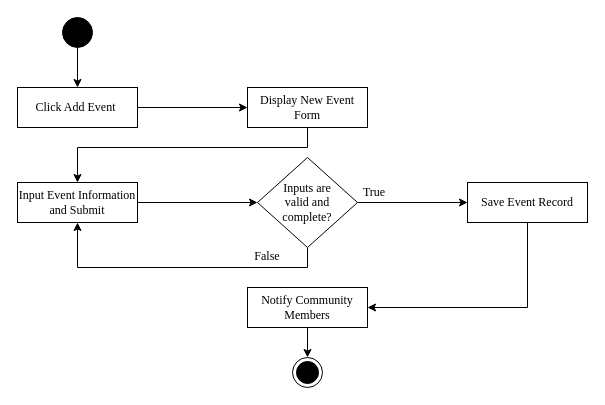
The draw.io diagram page "EventCreation" (8 of 12) of ConnexUs_Chap3.drawio in gvillanueva01/ConnexUs_diagrams, before the edit. Source tidied: cells renumbered, new cells numbered last; positions are measured from the earlier drawing's top-left corner, leaving out a move shared by most shapes. Both pictures are drawn from the tidied source at 100%, with x=0, y=0 at pixel (17, 17).
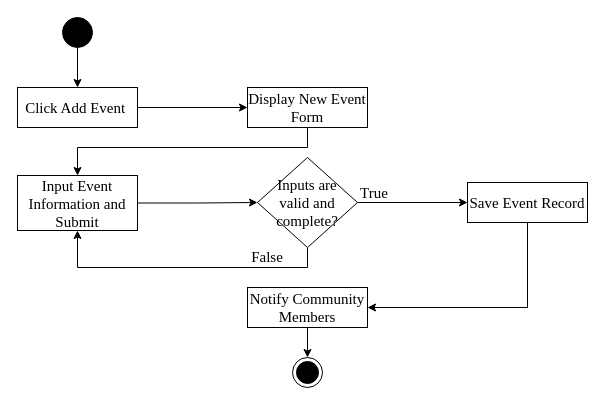
Above is the later version.

Diff of the diagram source:
```diff
@@
-    <mxCell id="2" style="edgeStyle=orthogonalEdgeStyle;rounded=0;jettySize=auto;html=1;entryX=0.5;entryY=0;entryDx=0;entryDy=0;" parent="1" edge="1" source="3" target="5">
+    <mxCell id="2" style="edgeStyle=orthogonalEdgeStyle;rounded=0;jettySize=auto;html=1;entryX=0.5;entryY=0;entryDx=0;entryDy=0;fontSize=15;" parent="1" edge="1" source="3" target="5">
       <mxGeometry relative="1" as="geometry" />
     </mxCell>
-    <mxCell id="3" style="ellipse;fillColor=strokeColor;html=1;" parent="1" vertex="1">
+    <mxCell id="3" style="ellipse;fillColor=strokeColor;html=1;fontSize=15;" parent="1" vertex="1">
       <mxGeometry x="45" width="30" height="30" as="geometry" />
     </mxCell>
-    <mxCell id="4" style="edgeStyle=orthogonalEdgeStyle;rounded=0;jettySize=auto;html=1;" parent="1" edge="1" source="5" target="12">
+    <mxCell id="4" style="edgeStyle=orthogonalEdgeStyle;rounded=0;jettySize=auto;html=1;fontSize=15;" parent="1" edge="1" source="5" target="12">
       <mxGeometry relative="1" as="geometry" />
     </mxCell>
-    <mxCell id="5" value="Click Add Event&amp;nbsp;" style="rounded=0;whiteSpace=wrap;html=1;fontFamily=Times New Roman;" parent="1" vertex="1">
+    <mxCell id="5" value="Click Add Event&amp;nbsp;" style="rounded=0;whiteSpace=wrap;html=1;fontFamily=Times New Roman;fontSize=15;" parent="1" vertex="1">
       <mxGeometry y="70" width="120" height="40" as="geometry" />
     </mxCell>
-    <mxCell id="6" style="edgeStyle=orthogonalEdgeStyle;rounded=0;jettySize=auto;html=1;entryX=0.5;entryY=1;entryDx=0;entryDy=0;" parent="1" edge="1" source="8" target="14">
+    <mxCell id="6" style="edgeStyle=orthogonalEdgeStyle;rounded=0;jettySize=auto;html=1;entryX=0.5;entryY=1;entryDx=0;entryDy=0;fontSize=15;" parent="1" edge="1" source="8" target="14">
       <mxGeometry relative="1" as="geometry">
         <Array as="points">
           <mxPoint x="290" y="250" />
           <mxPoint x="60" y="250" />
         </Array>
       </mxGeometry>
     </mxCell>
-    <mxCell id="7" style="edgeStyle=orthogonalEdgeStyle;rounded=0;jettySize=auto;html=1;entryX=0;entryY=0.5;entryDx=0;entryDy=0;" parent="1" edge="1" source="8" target="16">
+    <mxCell id="7" style="edgeStyle=orthogonalEdgeStyle;rounded=0;jettySize=auto;html=1;entryX=0;entryY=0.5;entryDx=0;entryDy=0;fontSize=15;" parent="1" edge="1" source="8" target="16">
       <mxGeometry relative="1" as="geometry" />
     </mxCell>
-    <mxCell id="8" value="&lt;font face=&quot;Times New Roman&quot;&gt;Inputs are&lt;br&gt;valid&amp;nbsp;and&lt;br&gt;complete?&lt;/font&gt;" style="shape=rhombus;html=1;dashed=0;whiteSpace=wrap;perimeter=rhombusPerimeter;" parent="1" vertex="1">
+    <mxCell id="8" value="&lt;font face=&quot;Times New Roman&quot; style=&quot;font-size: 15px;&quot;&gt;Inputs are&lt;br style=&quot;font-size: 15px;&quot;&gt;valid&amp;nbsp;and&lt;br style=&quot;font-size: 15px;&quot;&gt;complete?&lt;/font&gt;" style="shape=rhombus;html=1;dashed=0;whiteSpace=wrap;perimeter=rhombusPerimeter;fontSize=15;" parent="1" vertex="1">
       <mxGeometry x="240" y="140" width="100" height="90" as="geometry" />
     </mxCell>
-    <mxCell id="9" style="ellipse;html=1;shape=endState;fillColor=strokeColor;" parent="1" vertex="1">
+    <mxCell id="9" style="ellipse;html=1;shape=endState;fillColor=strokeColor;fontSize=15;" parent="1" vertex="1">
       <mxGeometry x="275" y="340" width="30" height="30" as="geometry" />
     </mxCell>
-    <mxCell id="10" value="True" style="text;html=1;strokeColor=none;fillColor=none;align=center;verticalAlign=middle;whiteSpace=wrap;rounded=0;fontFamily=Times New Roman;" parent="1" vertex="1">
+    <mxCell id="10" value="True" style="text;html=1;strokeColor=none;fillColor=none;align=center;verticalAlign=middle;whiteSpace=wrap;rounded=0;fontFamily=Times New Roman;fontSize=15;" parent="1" vertex="1">
       <mxGeometry x="327" y="160" width="60" height="30" as="geometry" />
     </mxCell>
-    <mxCell id="11" style="edgeStyle=orthogonalEdgeStyle;rounded=0;jettySize=auto;html=1;exitX=0.5;exitY=1;exitDx=0;exitDy=0;entryX=0.5;entryY=0;entryDx=0;entryDy=0;" parent="1" edge="1" source="12" target="14">
+    <mxCell id="11" style="edgeStyle=orthogonalEdgeStyle;rounded=0;jettySize=auto;html=1;exitX=0.5;exitY=1;exitDx=0;exitDy=0;entryX=0.5;entryY=0;entryDx=0;entryDy=0;fontSize=15;" parent="1" edge="1" source="12" target="14">
       <mxGeometry relative="1" as="geometry">
         <Array as="points">
           <mxPoint x="290" y="130" />
           <mxPoint x="60" y="130" />
         </Array>
       </mxGeometry>
     </mxCell>
-    <mxCell id="12" value="Display New Event Form" style="rounded=0;whiteSpace=wrap;html=1;fontFamily=Times New Roman;" parent="1" vertex="1">
+    <mxCell id="12" value="Display New Event Form" style="rounded=0;whiteSpace=wrap;html=1;fontFamily=Times New Roman;fontSize=15;" parent="1" vertex="1">
       <mxGeometry x="230" y="70" width="120" height="40" as="geometry" />
     </mxCell>
-    <mxCell id="13" style="edgeStyle=orthogonalEdgeStyle;rounded=0;jettySize=auto;html=1;entryX=0;entryY=0.5;entryDx=0;entryDy=0;" parent="1" edge="1" source="14" target="8">
+    <mxCell id="13" style="edgeStyle=orthogonalEdgeStyle;rounded=0;jettySize=auto;html=1;entryX=0;entryY=0.5;entryDx=0;entryDy=0;fontSize=15;" parent="1" edge="1" source="14" target="8">
       <mxGeometry relative="1" as="geometry" />
     </mxCell>
-    <mxCell id="14" value="Input Event Information and Submit" style="rounded=0;whiteSpace=wrap;html=1;fontFamily=Times New Roman;" parent="1" vertex="1">
-      <mxGeometry y="165" width="120" height="40" as="geometry" />
+    <mxCell id="14" value="Input Event Information and Submit" style="rounded=0;whiteSpace=wrap;html=1;fontFamily=Times New Roman;fontSize=15;" parent="1" vertex="1">
+      <mxGeometry y="158" width="120" height="55" as="geometry" />
     </mxCell>
-    <mxCell id="15" style="edgeStyle=orthogonalEdgeStyle;rounded=0;jettySize=auto;html=1;entryX=1;entryY=0.5;entryDx=0;entryDy=0;" parent="1" edge="1" source="16" target="18">
+    <mxCell id="15" style="edgeStyle=orthogonalEdgeStyle;rounded=0;jettySize=auto;html=1;entryX=1;entryY=0.5;entryDx=0;entryDy=0;fontSize=15;" parent="1" edge="1" source="16" target="18">
       <mxGeometry relative="1" as="geometry">
         <Array as="points">
           <mxPoint x="510" y="290" />
         </Array>
       </mxGeometry>
     </mxCell>
-    <mxCell id="16" value="Save Event Record" style="rounded=0;whiteSpace=wrap;html=1;fontFamily=Times New Roman;" parent="1" vertex="1">
+    <mxCell id="16" value="Save Event Record" style="rounded=0;whiteSpace=wrap;html=1;fontFamily=Times New Roman;fontSize=15;" parent="1" vertex="1">
       <mxGeometry x="450" y="165" width="120" height="40" as="geometry" />
     </mxCell>
-    <mxCell id="17" style="edgeStyle=orthogonalEdgeStyle;rounded=0;jettySize=auto;html=1;entryX=0.5;entryY=0;entryDx=0;entryDy=0;" parent="1" edge="1" source="18" target="9">
+    <mxCell id="17" style="edgeStyle=orthogonalEdgeStyle;rounded=0;jettySize=auto;html=1;entryX=0.5;entryY=0;entryDx=0;entryDy=0;fontSize=15;" parent="1" edge="1" source="18" target="9">
       <mxGeometry relative="1" as="geometry" />
     </mxCell>
-    <mxCell id="18" value="Notify Community Members" style="rounded=0;whiteSpace=wrap;html=1;fontFamily=Times New Roman;" parent="1" vertex="1">
+    <mxCell id="18" value="Notify Community Members" style="rounded=0;whiteSpace=wrap;html=1;fontFamily=Times New Roman;fontSize=15;" parent="1" vertex="1">
       <mxGeometry x="230" y="270" width="120" height="40" as="geometry" />
     </mxCell>
-    <mxCell id="19" value="False" style="text;html=1;strokeColor=none;fillColor=none;align=center;verticalAlign=middle;whiteSpace=wrap;rounded=0;fontFamily=Times New Roman;" parent="1" vertex="1">
+    <mxCell id="19" value="False" style="text;html=1;strokeColor=none;fillColor=none;align=center;verticalAlign=middle;whiteSpace=wrap;rounded=0;fontFamily=Times New Roman;fontSize=15;" parent="1" vertex="1">
       <mxGeometry x="220" y="224" width="60" height="30" as="geometry" />
     </mxCell>
```
